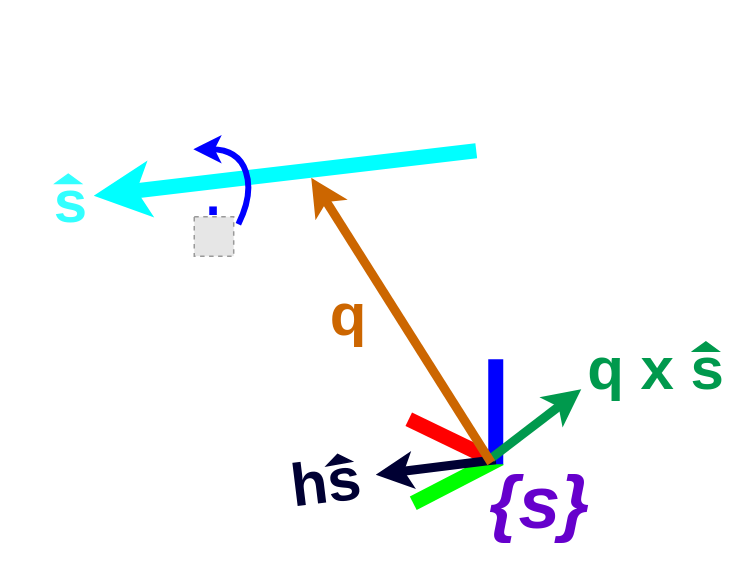
This is diagrams/description_of_a_screw.drawio from UTNuclearRoboticsPublic/closed_chain_affordance, a draw.io file, before an edit. Source tidied: cells renumbered, new cells numbered last; positions are measured from the earlier drawing's top-left corner, leaving out a move shared by most shapes. Both pictures are drawn from the tidied source at 150%, with x=0, y=0 at pixel (26, 148). Pictures stored in the file or linked from it are replaced by grey dashed boxes.
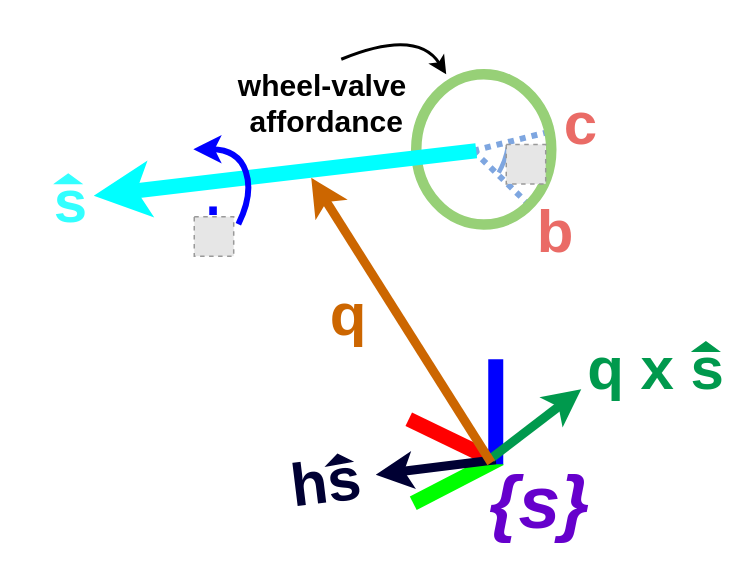
Above is the later version.

Commit message (it also covers changes not shown here):
update description-of-a-screw diagram

What changed in the source:
```diff
@@
+    <mxCell id="21" style="endArrow=none;dashed=1;html=1;dashPattern=1 1;strokeWidth=4;rounded=0;strokeColor=#7EA6E0;entryX=1;entryY=0.399;entryDx=0;entryDy=0;entryPerimeter=0;" parent="1" edge="1">
+      <mxGeometry relative="1" as="geometry">
+        <mxPoint x="298" y="1" as="sourcePoint" />
+        <mxPoint x="350" y="-12" as="targetPoint" />
+      </mxGeometry>
+    </mxCell>
+    <mxCell id="22" style="endArrow=none;dashed=1;html=1;dashPattern=1 1;strokeWidth=4;rounded=0;strokeColor=#7EA6E0;entryX=0.82;entryY=0.855;entryDx=0;entryDy=0;entryPerimeter=0;" parent="1" edge="1" target="23">
+      <mxGeometry relative="1" as="geometry">
+        <mxPoint x="298" y="1" as="sourcePoint" />
+      </mxGeometry>
+    </mxCell>
+    <mxCell id="23" style="ellipse;whiteSpace=wrap;html=1;fillColor=none;strokeWidth=7;fontSize=15;strokeColor=#97D077;" parent="1" vertex="1">
+      <mxGeometry x="260" y="-50" width="90" height="100.2" as="geometry" />
+    </mxCell>
@@
+    <mxCell id="24" style="verticalLabelPosition=bottom;verticalAlign=top;html=1;shape=mxgraph.basic.arc;startAngle=0.888538601172791;endAngle=0.9434886076224489;rotation=139;strokeColor=#7EA6E0;strokeWidth=3;" parent="1" vertex="1">
+      <mxGeometry x="218" y="-57.7" width="105" height="99.8" as="geometry" />
+    </mxCell>
+    <mxCell id="25" style="curved=1;endArrow=classic;html=1;rounded=0;entryX=0.168;entryY=0.757;entryDx=0;entryDy=0;entryPerimeter=0;strokeWidth=2;strokeColor=#000000;" parent="1" edge="1" target="24">
+      <mxGeometry relative="1" as="geometry">
+        <mxPoint x="210" y="-60" as="sourcePoint" />
+        <Array as="points">
+          <mxPoint x="260.5" y="-80.7" />
+        </Array>
+      </mxGeometry>
+    </mxCell>
+    <mxCell id="26" value="&lt;b style=&quot;&quot;&gt;&lt;font style=&quot;font-size: 20px;&quot;&gt;wheel-valve&amp;nbsp;&lt;/font&gt;&lt;/b&gt;&lt;div&gt;&lt;b style=&quot;&quot;&gt;&lt;font style=&quot;font-size: 20px;&quot;&gt;affordance&lt;/font&gt;&lt;/b&gt;&lt;/div&gt;" style="edgeLabel;html=1;align=center;verticalAlign=middle;labelBackgroundColor=none;" parent="25" vertex="1">
+      <mxGeometry x="-0.14" y="7" relative="1" as="geometry">
+        <mxPoint x="-44" y="50" as="offset" />
+      </mxGeometry>
+    </mxCell>
+    <mxCell id="27" style="fillColor=#E6E6E6;strokeColor=#999999;dashed=1;verticalLabelPosition=bottom;labelBackgroundColor=default;verticalAlign=top;rotation=0;" parent="1" vertex="1">
+      <mxGeometry x="320" y="-3.2" width="26.3" height="26.3" as="geometry" />
+    </mxCell>
+    <mxCell id="28" value="&lt;font style=&quot;color: rgb(234, 107, 102);&quot; size=&quot;1&quot;&gt;&lt;b style=&quot;font-size: 40px;&quot;&gt;b&lt;/b&gt;&lt;/font&gt;" style="text;html=1;strokeColor=none;fillColor=none;align=center;verticalAlign=middle;whiteSpace=wrap;rounded=0;rotation=0;" parent="1" vertex="1">
+      <mxGeometry x="338" y="49.2" width="30" height="10" as="geometry" />
+    </mxCell>
+    <mxCell id="29" value="&lt;font style=&quot;color: rgb(234, 107, 102);&quot; size=&quot;1&quot;&gt;&lt;b style=&quot;font-size: 40px;&quot;&gt;c&lt;/b&gt;&lt;/font&gt;" style="text;html=1;strokeColor=none;fillColor=none;align=center;verticalAlign=middle;whiteSpace=wrap;rounded=0;" parent="1" vertex="1">
+      <mxGeometry x="355" y="-23" width="30" height="10" as="geometry" />
+    </mxCell>
```
